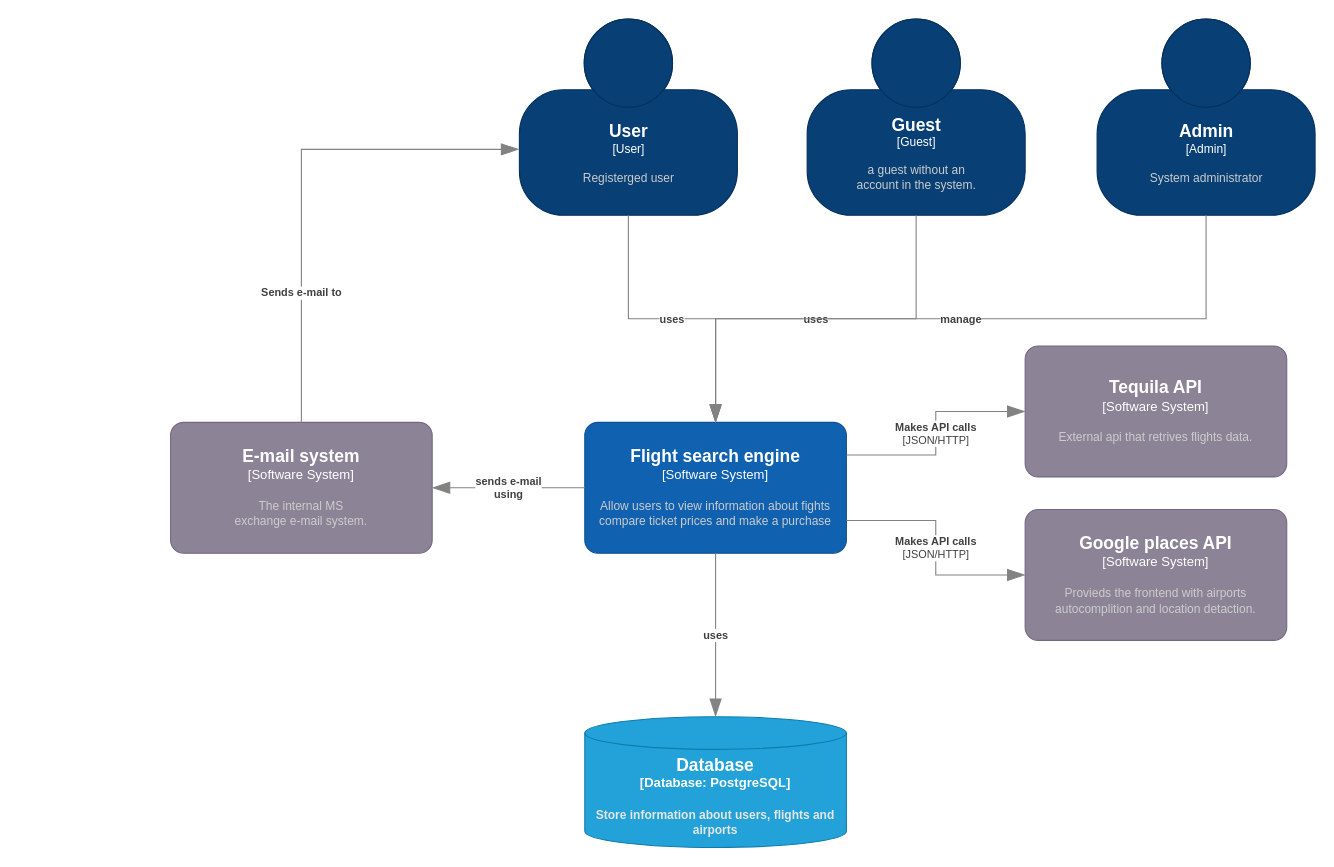
This is page "C1" (1 of 4) of C4.drawio from nur1210/flight_search_engine, a draw.io file, before an edit. Source tidied: cells renumbered, new cells numbered last; positions are measured from the earlier drawing's top-left corner, leaving out a move shared by most shapes. Both pictures are drawn from the tidied source at 109%, with x=0, y=0 at pixel (170, 19).
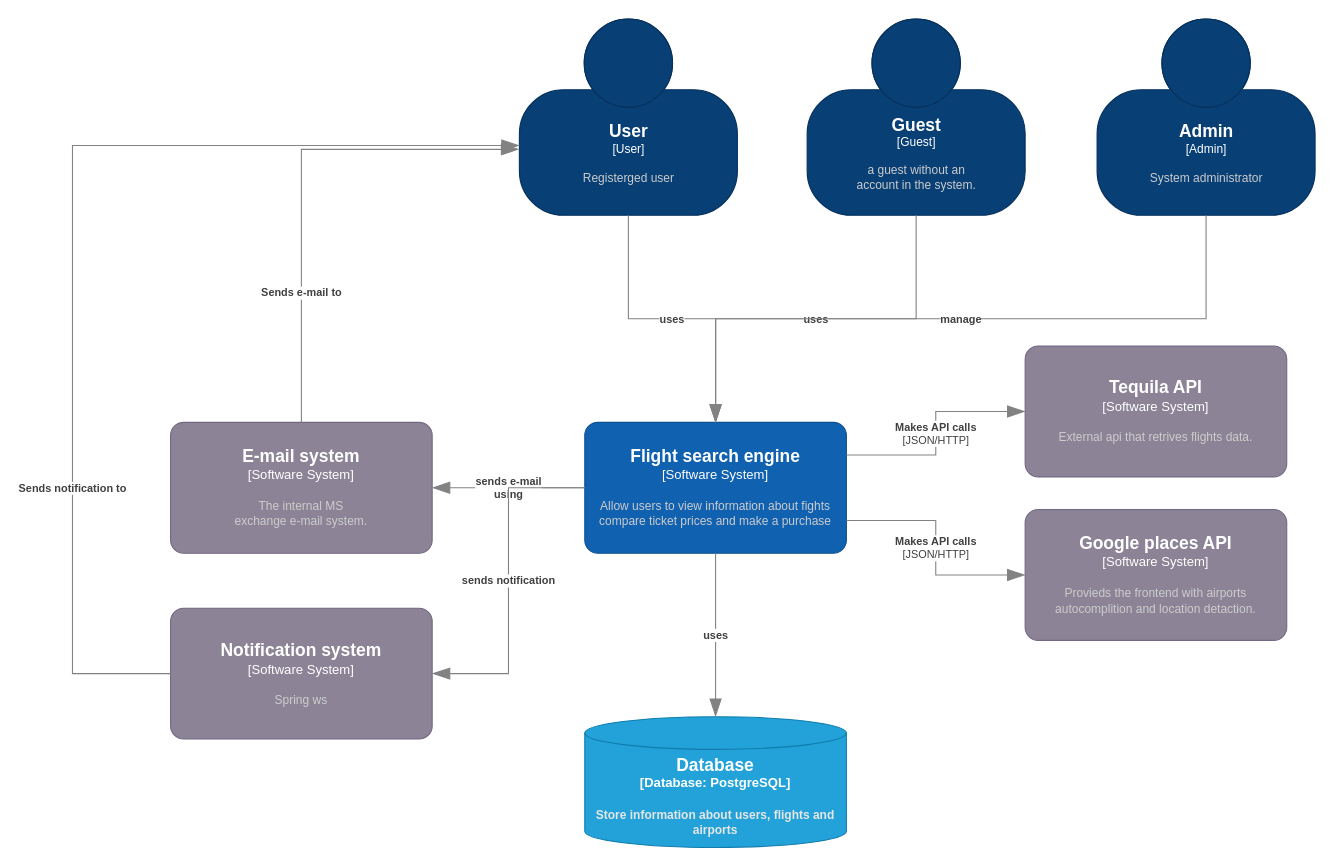
Above is the later version.

The change refers to these unchanged cells:
```xml
<object id="4" label="&lt;font style=&quot;font-size: 16px&quot;&gt;&lt;b&gt;%c4Name%&lt;/b&gt;&lt;/font&gt;&lt;div&gt;[%c4Type%]&lt;/div&gt;&lt;br&gt;&lt;div&gt;&lt;font style=&quot;font-size: 11px&quot;&gt;&lt;font color=&quot;#cccccc&quot;&gt;%c4Description%&lt;/font&gt;&lt;/div&gt;" c4Description="Allow users to view information about fights compare ticket prices and make a purchase " c4Name="Flight search engine" c4Type="Software System" placeholders="1">
  <mxCell style="rounded=1;whiteSpace=wrap;html=1;labelBackgroundColor=none;fillColor=#1061B0;fontColor=#ffffff;align=center;arcSize=10;strokeColor=#0D5091;points=[[0.25,0,0],[0.5,0,0],[0.75,0,0],[1,0.25,0],[1,0.5,0],[1,0.75,0],[0.75,1,0],[0.5,1,0],[0.25,1,0],[0,0.75,0],[0,0.5,0],[0,0.25,0]];" parent="1" vertex="1">
    <mxGeometry x="380" y="370" width="240" height="120" as="geometry" />
  </mxCell>
</object>
```

Diff of the diagram source:
```diff
@@
+    <object id="18" label="&lt;font style=&quot;font-size: 16px&quot;&gt;&lt;b&gt;%c4Name%&lt;/b&gt;&lt;/font&gt;&lt;div&gt;[%c4Type%]&lt;/div&gt;&lt;br&gt;&lt;div&gt;&lt;font style=&quot;font-size: 11px&quot;&gt;&lt;font color=&quot;#cccccc&quot;&gt;%c4Description%&lt;/font&gt;&lt;/div&gt;" c4Description="Spring ws" c4Name="Notification system" c4Type="Software System" placeholders="1">
+      <mxCell style="rounded=1;whiteSpace=wrap;html=1;labelBackgroundColor=none;fillColor=#8C8496;fontColor=#ffffff;align=center;arcSize=10;strokeColor=#736782;points=[[0.25,0,0],[0.5,0,0],[0.75,0,0],[1,0.25,0],[1,0.5,0],[1,0.75,0],[0.75,1,0],[0.5,1,0],[0.25,1,0],[0,0.75,0],[0,0.5,0],[0,0.25,0]];" parent="1" vertex="1">
+        <mxGeometry y="540.5" width="240" height="120" as="geometry" />
+      </mxCell>
+    </object>
+    <object id="19" label="&lt;div style=&quot;text-align: left&quot;&gt;&lt;div style=&quot;text-align: center&quot;&gt;&lt;b&gt;%c4Description%&lt;/b&gt;&lt;/div&gt;" c4Description="sends notification" placeholders="1">
+      <mxCell style="endArrow=blockThin;html=1;fontSize=10;fontColor=#404040;strokeWidth=1;endFill=1;strokeColor=#828282;elbow=vertical;endSize=14;startSize=14;jumpStyle=arc;jumpSize=16;rounded=0;edgeStyle=orthogonalEdgeStyle;exitX=0;exitY=0.5;exitDx=0;exitDy=0;exitPerimeter=0;entryX=1;entryY=0.5;entryDx=0;entryDy=0;entryPerimeter=0;" parent="1" edge="1" source="4" target="18">
+        <mxGeometry relative="1" as="geometry" />
+      </mxCell>
+    </object>
+    <object id="20" label="&lt;div style=&quot;text-align: left&quot;&gt;&lt;div style=&quot;text-align: center&quot;&gt;&lt;b&gt;%c4Description%&lt;/b&gt;&lt;/div&gt;" c4Description="Sends notification to" placeholders="1">
+      <mxCell style="endArrow=blockThin;html=1;fontSize=10;fontColor=#404040;strokeWidth=1;endFill=1;strokeColor=#828282;elbow=vertical;endSize=14;startSize=14;jumpStyle=arc;jumpSize=16;rounded=0;edgeStyle=orthogonalEdgeStyle;exitX=0;exitY=0.5;exitDx=0;exitDy=0;exitPerimeter=0;" parent="1" edge="1" source="18">
+        <mxGeometry x="-0.47" relative="1" as="geometry">
+          <mxPoint x="320" y="116" as="targetPoint" />
+          <Array as="points">
+            <mxPoint x="-90" y="601" />
+            <mxPoint x="-90" y="116" />
+          </Array>
+        </mxGeometry>
+      </mxCell>
+    </object>
```
